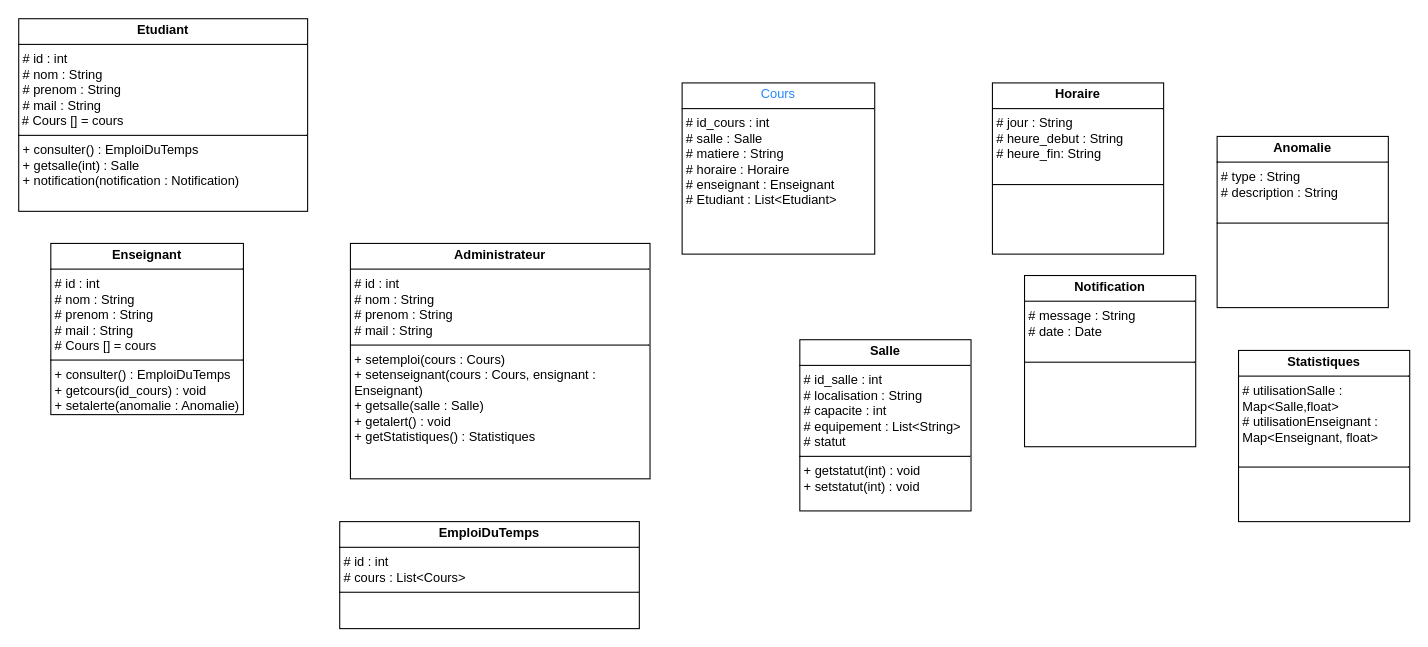
Above: JAva_UML.drawio in Dimmis5/Projet_java (draw.io), before the change. Source tidied: cells renumbered, new cells numbered last; positions are measured from the earlier drawing's top-left corner, leaving out a move shared by most shapes. Both pictures are drawn from the tidied source at 107%, with x=0, y=0 at pixel (18, 18).
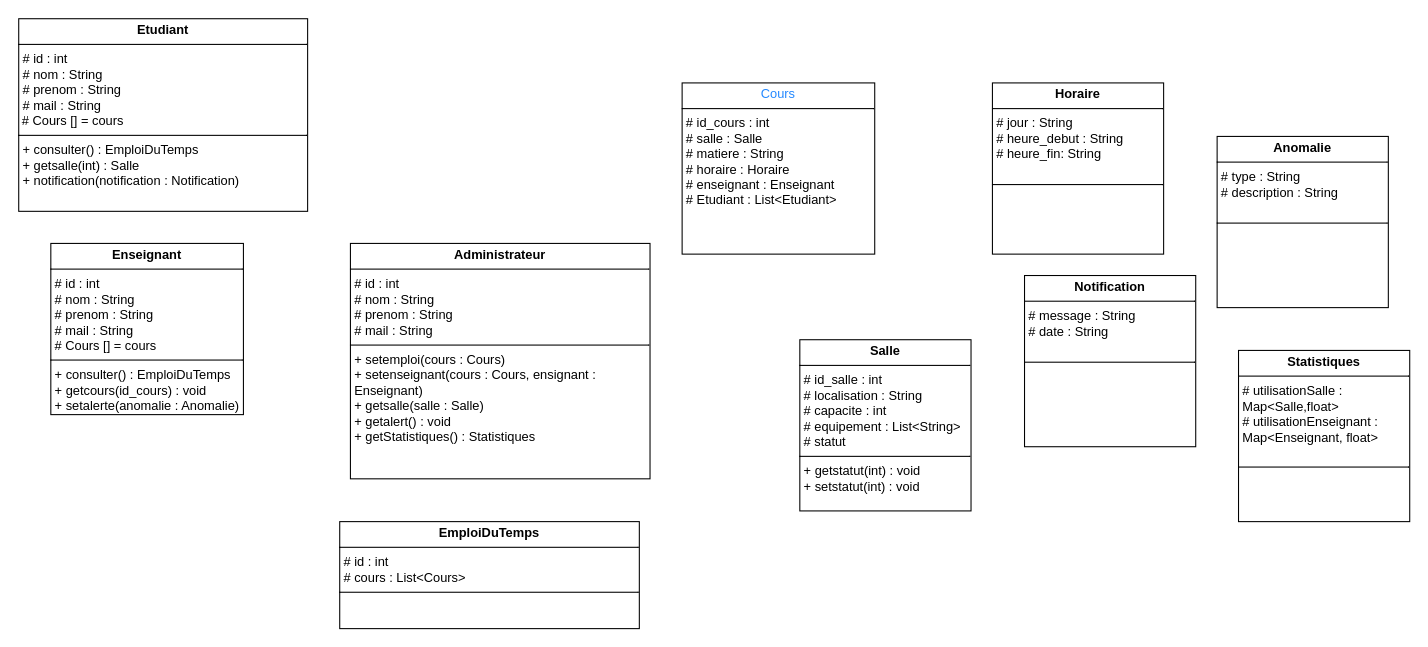
After the change.

Commit message:
Mettre à jour JAva_UML.drawio

What changed in the source:
```diff
@@
 <mxGraphModel>
   <root>
     <mxCell id="0" />
     <mxCell id="1" parent="0" />
     <mxCell id="2" value="&lt;p style=&quot;margin:0px;margin-top:4px;text-align:center;&quot;&gt;&lt;b&gt;Etudiant&lt;/b&gt;&lt;/p&gt;&lt;hr size=&quot;1&quot; style=&quot;border-style:solid;&quot;&gt;&lt;p style=&quot;margin:0px;margin-left:4px;&quot;&gt;# id : int&lt;/p&gt;&lt;p style=&quot;margin:0px;margin-left:4px;&quot;&gt;# nom : String&lt;/p&gt;&lt;p style=&quot;margin:0px;margin-left:4px;&quot;&gt;# prenom : String&lt;/p&gt;&lt;p style=&quot;margin:0px;margin-left:4px;&quot;&gt;# mail : String&lt;/p&gt;&amp;nbsp;# Cours [] = cours&lt;br&gt;&lt;hr size=&quot;1&quot; style=&quot;border-style:solid;&quot;&gt;&lt;p style=&quot;margin:0px;margin-left:4px;&quot;&gt;+ consulter() : EmploiDuTemps&lt;/p&gt;&lt;p style=&quot;margin:0px;margin-left:4px;&quot;&gt;+ getsalle(int) : Salle&lt;/p&gt;&lt;p style=&quot;margin:0px;margin-left:4px;&quot;&gt;+ notification(notification : Notification)&lt;/p&gt;&lt;p style=&quot;margin:0px;margin-left:4px;&quot;&gt;&lt;br&gt;&lt;/p&gt;" style="verticalAlign=top;align=left;overflow=fill;html=1;whiteSpace=wrap;" parent="1" vertex="1">
       <mxGeometry width="270" height="180" as="geometry" />
     </mxCell>
     <mxCell id="3" value="&lt;p style=&quot;margin:0px;margin-top:4px;text-align:center;&quot;&gt;&lt;b&gt;Enseignant&lt;/b&gt;&lt;/p&gt;&lt;hr size=&quot;1&quot; style=&quot;border-style:solid;&quot;&gt;&lt;p style=&quot;margin:0px;margin-left:4px;&quot;&gt;# id : int&lt;/p&gt;&lt;p style=&quot;margin:0px;margin-left:4px;&quot;&gt;&lt;span style=&quot;background-color: transparent; color: light-dark(rgb(0, 0, 0), rgb(255, 255, 255));&quot;&gt;# nom : String&lt;/span&gt;&lt;/p&gt;&lt;p style=&quot;margin:0px;margin-left:4px;&quot;&gt;# prenom : String&lt;/p&gt;&lt;p style=&quot;margin:0px;margin-left:4px;&quot;&gt;# mail : String&lt;/p&gt;&lt;p style=&quot;margin:0px;margin-left:4px;&quot;&gt;# Cours [] = cours&lt;/p&gt;&lt;hr size=&quot;1&quot; style=&quot;border-style:solid;&quot;&gt;&lt;p style=&quot;margin:0px;margin-left:4px;&quot;&gt;+ consulter() : EmploiDuTemps&lt;/p&gt;&lt;p style=&quot;margin:0px;margin-left:4px;&quot;&gt;+ getcours(id_cours) : void&lt;/p&gt;&lt;p style=&quot;margin:0px;margin-left:4px;&quot;&gt;+ setalerte(anomalie : Anomalie)&lt;/p&gt;" style="verticalAlign=top;align=left;overflow=fill;html=1;whiteSpace=wrap;" parent="1" vertex="1">
       <mxGeometry x="30" y="210" width="180" height="160" as="geometry" />
     </mxCell>
     <mxCell id="4" value="&lt;p style=&quot;margin:0px;margin-top:4px;text-align:center;&quot;&gt;&lt;b&gt;Administrateur&lt;/b&gt;&lt;/p&gt;&lt;hr size=&quot;1&quot; style=&quot;border-style:solid;&quot;&gt;&lt;p style=&quot;margin:0px;margin-left:4px;&quot;&gt;# id : int&lt;/p&gt;&lt;p style=&quot;margin:0px;margin-left:4px;&quot;&gt;# nom : String&lt;/p&gt;&lt;p style=&quot;margin:0px;margin-left:4px;&quot;&gt;# prenom : String&lt;/p&gt;&lt;p style=&quot;margin:0px;margin-left:4px;&quot;&gt;# mail : String&lt;/p&gt;&lt;hr size=&quot;1&quot; style=&quot;border-style:solid;&quot;&gt;&lt;p style=&quot;margin:0px;margin-left:4px;&quot;&gt;+ setemploi(cours : Cours)&lt;/p&gt;&lt;p style=&quot;margin:0px;margin-left:4px;&quot;&gt;+ setenseignant(cours : Cours, ensignant : Enseignant)&lt;/p&gt;&lt;p style=&quot;margin:0px;margin-left:4px;&quot;&gt;+ getsalle(salle : Salle)&lt;/p&gt;&lt;p style=&quot;margin:0px;margin-left:4px;&quot;&gt;+ getalert() : void&lt;/p&gt;&lt;p style=&quot;margin:0px;margin-left:4px;&quot;&gt;+ getStatistiques() : Statistiques&lt;/p&gt;" style="verticalAlign=top;align=left;overflow=fill;html=1;whiteSpace=wrap;" parent="1" vertex="1">
       <mxGeometry x="310" y="210" width="280" height="220" as="geometry" />
     </mxCell>
     <mxCell id="5" value="&lt;p style=&quot;text-align: center; margin: 4px 0px 0px;&quot;&gt;&lt;font style=&quot;color: rgb(35, 136, 255);&quot;&gt;&lt;span style=&quot;background-color: transparent; text-align: left;&quot;&gt;Cours&lt;/span&gt;&lt;/font&gt;&lt;/p&gt;&lt;hr size=&quot;1&quot; style=&quot;border-style:solid;&quot;&gt;&lt;p style=&quot;margin:0px;margin-left:4px;&quot;&gt;&lt;font&gt;# id_cours : int&lt;/font&gt;&lt;/p&gt;&lt;p style=&quot;margin:0px;margin-left:4px;&quot;&gt;&lt;font&gt;# salle : Salle&lt;/font&gt;&lt;/p&gt;&lt;p style=&quot;margin:0px;margin-left:4px;&quot;&gt;&lt;font&gt;# matiere : String&lt;/font&gt;&lt;/p&gt;&lt;p style=&quot;margin:0px;margin-left:4px;&quot;&gt;&lt;font&gt;# horaire : Horaire&lt;/font&gt;&lt;/p&gt;&lt;p style=&quot;margin:0px;margin-left:4px;&quot;&gt;&lt;font&gt;# enseignant : Enseignant&lt;/font&gt;&lt;/p&gt;&lt;p style=&quot;margin:0px;margin-left:4px;&quot;&gt;&lt;font&gt;# Etudiant : List&amp;lt;Etudiant&amp;gt;&lt;/font&gt;&lt;/p&gt;" style="verticalAlign=top;align=left;overflow=fill;html=1;whiteSpace=wrap;" parent="1" vertex="1">
       <mxGeometry x="620" y="60" width="180" height="160" as="geometry" />
     </mxCell>
     <mxCell id="6" value="&lt;p style=&quot;margin:0px;margin-top:4px;text-align:center;&quot;&gt;&lt;b&gt;Salle&lt;/b&gt;&lt;/p&gt;&lt;hr size=&quot;1&quot; style=&quot;border-style:solid;&quot;&gt;&lt;p style=&quot;margin:0px;margin-left:4px;&quot;&gt;# id_salle : int&lt;/p&gt;&lt;p style=&quot;margin:0px;margin-left:4px;&quot;&gt;# localisation : String&lt;/p&gt;&lt;p style=&quot;margin:0px;margin-left:4px;&quot;&gt;# capacite : int&lt;/p&gt;&lt;p style=&quot;margin:0px;margin-left:4px;&quot;&gt;# equipement : List&amp;lt;String&amp;gt;&lt;/p&gt;&lt;p style=&quot;margin:0px;margin-left:4px;&quot;&gt;# statut&lt;/p&gt;&lt;hr size=&quot;1&quot; style=&quot;border-style:solid;&quot;&gt;&lt;p style=&quot;margin:0px;margin-left:4px;&quot;&gt;+ getstatut(int) : void&lt;/p&gt;&lt;p style=&quot;margin:0px;margin-left:4px;&quot;&gt;+ setstatut(int) : void&lt;/p&gt;" style="verticalAlign=top;align=left;overflow=fill;html=1;whiteSpace=wrap;" parent="1" vertex="1">
       <mxGeometry x="730" y="300" width="160" height="160" as="geometry" />
     </mxCell>
     <mxCell id="7" value="&lt;p style=&quot;margin:0px;margin-top:4px;text-align:center;&quot;&gt;&lt;b&gt;EmploiDuTemps&lt;/b&gt;&lt;/p&gt;&lt;hr size=&quot;1&quot; style=&quot;border-style:solid;&quot;&gt;&lt;p style=&quot;margin:0px;margin-left:4px;&quot;&gt;# id : int&lt;/p&gt;&lt;p style=&quot;margin:0px;margin-left:4px;&quot;&gt;# cours : List&amp;lt;Cours&amp;gt;&lt;br&gt;&lt;/p&gt;&lt;hr size=&quot;1&quot; style=&quot;border-style:solid;&quot;&gt;&lt;p style=&quot;margin:0px;margin-left:4px;&quot;&gt;&lt;br&gt;&lt;/p&gt;" style="verticalAlign=top;align=left;overflow=fill;html=1;whiteSpace=wrap;" parent="1" vertex="1">
       <mxGeometry x="300" y="470" width="280" height="100" as="geometry" />
     </mxCell>
     <mxCell id="8" value="&lt;p style=&quot;margin:0px;margin-top:4px;text-align:center;&quot;&gt;&lt;b&gt;Horaire&lt;/b&gt;&lt;/p&gt;&lt;hr size=&quot;1&quot; style=&quot;border-style:solid;&quot;&gt;&lt;p style=&quot;margin:0px;margin-left:4px;&quot;&gt;# jour : String&lt;/p&gt;&lt;p style=&quot;margin:0px;margin-left:4px;&quot;&gt;&lt;span style=&quot;background-color: transparent; color: light-dark(rgb(0, 0, 0), rgb(255, 255, 255));&quot;&gt;# heure_debut : String&lt;/span&gt;&lt;/p&gt;&lt;p style=&quot;margin:0px;margin-left:4px;&quot;&gt;# heure_fin: String&lt;/p&gt;&lt;p style=&quot;margin:0px;margin-left:4px;&quot;&gt;&lt;br&gt;&lt;/p&gt;&lt;hr size=&quot;1&quot; style=&quot;border-style:solid;&quot;&gt;&lt;p style=&quot;margin:0px;margin-left:4px;&quot;&gt;&lt;br&gt;&lt;/p&gt;" style="verticalAlign=top;align=left;overflow=fill;html=1;whiteSpace=wrap;" parent="1" vertex="1">
       <mxGeometry x="910" y="60" width="160" height="160" as="geometry" />
     </mxCell>
-    <mxCell id="9" value="&lt;p style=&quot;margin:0px;margin-top:4px;text-align:center;&quot;&gt;&lt;b&gt;Notification&lt;/b&gt;&lt;/p&gt;&lt;hr size=&quot;1&quot; style=&quot;border-style:solid;&quot;&gt;&lt;p style=&quot;margin:0px;margin-left:4px;&quot;&gt;# message : String&lt;/p&gt;&lt;p style=&quot;margin:0px;margin-left:4px;&quot;&gt;&lt;span style=&quot;background-color: transparent; color: light-dark(rgb(0, 0, 0), rgb(255, 255, 255));&quot;&gt;# date : Date&lt;/span&gt;&lt;/p&gt;&lt;p style=&quot;margin:0px;margin-left:4px;&quot;&gt;&lt;br&gt;&lt;/p&gt;&lt;hr size=&quot;1&quot; style=&quot;border-style:solid;&quot;&gt;&lt;p style=&quot;margin:0px;margin-left:4px;&quot;&gt;&lt;br&gt;&lt;/p&gt;" style="verticalAlign=top;align=left;overflow=fill;html=1;whiteSpace=wrap;" parent="1" vertex="1">
+    <mxCell id="9" value="&lt;p style=&quot;margin:0px;margin-top:4px;text-align:center;&quot;&gt;&lt;b&gt;Notification&lt;/b&gt;&lt;/p&gt;&lt;hr size=&quot;1&quot; style=&quot;border-style:solid;&quot;&gt;&lt;p style=&quot;margin:0px;margin-left:4px;&quot;&gt;# message : String&lt;/p&gt;&lt;p style=&quot;margin:0px;margin-left:4px;&quot;&gt;&lt;span style=&quot;background-color: transparent; color: light-dark(rgb(0, 0, 0), rgb(255, 255, 255));&quot;&gt;# date : String&lt;/span&gt;&lt;/p&gt;&lt;p style=&quot;margin:0px;margin-left:4px;&quot;&gt;&lt;br&gt;&lt;/p&gt;&lt;hr size=&quot;1&quot; style=&quot;border-style:solid;&quot;&gt;&lt;p style=&quot;margin:0px;margin-left:4px;&quot;&gt;&lt;br&gt;&lt;/p&gt;" style="verticalAlign=top;align=left;overflow=fill;html=1;whiteSpace=wrap;" parent="1" vertex="1">
       <mxGeometry x="940" y="240" width="160" height="160" as="geometry" />
     </mxCell>
     <mxCell id="10" value="&lt;p style=&quot;margin:0px;margin-top:4px;text-align:center;&quot;&gt;&lt;b&gt;Anomalie&lt;/b&gt;&lt;/p&gt;&lt;hr size=&quot;1&quot; style=&quot;border-style:solid;&quot;&gt;&lt;p style=&quot;margin:0px;margin-left:4px;&quot;&gt;# type : String&lt;/p&gt;&lt;p style=&quot;margin:0px;margin-left:4px;&quot;&gt;&lt;span style=&quot;background-color: transparent; color: light-dark(rgb(0, 0, 0), rgb(255, 255, 255));&quot;&gt;# description : String&lt;/span&gt;&lt;/p&gt;&lt;p style=&quot;margin:0px;margin-left:4px;&quot;&gt;&lt;br&gt;&lt;/p&gt;&lt;hr size=&quot;1&quot; style=&quot;border-style:solid;&quot;&gt;&lt;p style=&quot;margin:0px;margin-left:4px;&quot;&gt;&lt;br&gt;&lt;/p&gt;" style="verticalAlign=top;align=left;overflow=fill;html=1;whiteSpace=wrap;" parent="1" vertex="1">
       <mxGeometry x="1120" y="110" width="160" height="160" as="geometry" />
     </mxCell>
     <mxCell id="11" value="&lt;p style=&quot;margin:0px;margin-top:4px;text-align:center;&quot;&gt;&lt;b&gt;Statistiques&lt;/b&gt;&lt;/p&gt;&lt;hr size=&quot;1&quot; style=&quot;border-style:solid;&quot;&gt;&lt;p style=&quot;margin:0px;margin-left:4px;&quot;&gt;# utilisationSalle : Map&amp;lt;Salle,float&amp;gt;&lt;/p&gt;&lt;p style=&quot;margin:0px;margin-left:4px;&quot;&gt;# utilisationEnseignant : Map&amp;lt;Enseignant, float&amp;gt;&lt;/p&gt;&lt;p style=&quot;margin:0px;margin-left:4px;&quot;&gt;&lt;br&gt;&lt;/p&gt;&lt;hr size=&quot;1&quot; style=&quot;border-style:solid;&quot;&gt;&lt;p style=&quot;margin:0px;margin-left:4px;&quot;&gt;&lt;br&gt;&lt;/p&gt;" style="verticalAlign=top;align=left;overflow=fill;html=1;whiteSpace=wrap;" parent="1" vertex="1">
       <mxGeometry x="1140" y="310" width="160" height="160" as="geometry" />
     </mxCell>
   </root>
 </mxGraphModel>
```
